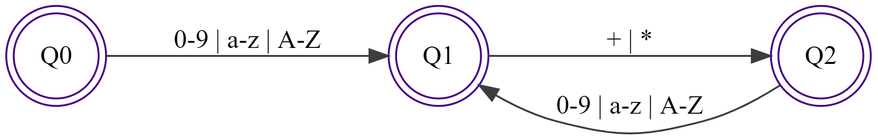
The Graphviz diagram 06-CalcInfManual/imgs/afd.png in teootoledo/SSL, before a commit. Its source is kept beside it as 06-CalcInfManual/afd.gv. The source it was exported from:
```dot
digraph finite_state_machine {
	rankdir=LR;
	ranksep=1;
	nodesep=1;

	node [shape = doublecircle, color="indigo"]; Q0 Q1 Q2
	Q0 -> Q1 [ label = "0-9 | a-z | A-Z"  color="grey24" ];
	Q1 -> Q2 [ label = "+ | *" color="grey24" ];
	Q2 -> Q1 [ label = "0-9 | a-z | A-Z" color="grey24" ];
}
```
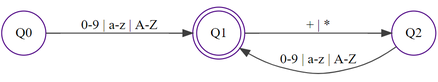
After the change.

Diff of the diagram source:
```diff
@@ -3,7 +3,8 @@
 	ranksep=1;
 	nodesep=1;
 
-	node [shape = doublecircle, color="indigo"]; Q0 Q1 Q2
+	node [shape = circle, color="indigo"]; Q0 Q2
+	node [shape = doublecircle, color="indigo"]; Q1
 	Q0 -> Q1 [ label = "0-9 | a-z | A-Z"  color="grey24" ];
 	Q1 -> Q2 [ label = "+ | *" color="grey24" ];
 	Q2 -> Q1 [ label = "0-9 | a-z | A-Z" color="grey24" ];
```
